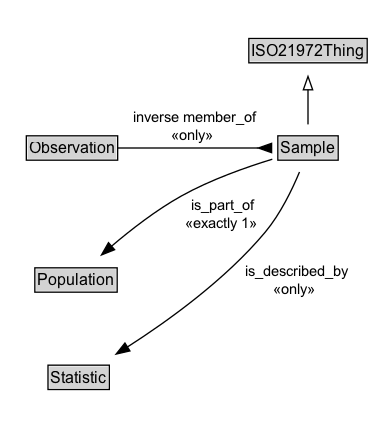
Above: docs/diagrams/Sample.dot.png in ISO-TC204/ontology-i72-v1 (Graphviz), before the change. Its source is kept beside it as docs/diagrams/Sample.dot.
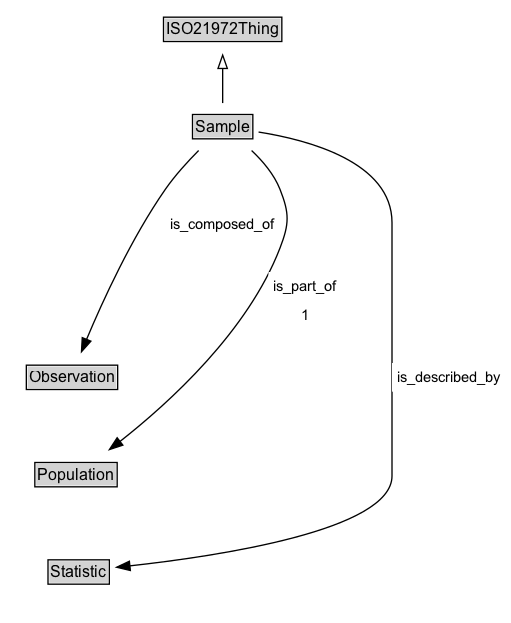
Later version of the same file.

What changed in the source:
```diff
@@ -3,26 +3,29 @@
 	node [fontname=Arial fontsize=12 margin=0 shape=none]
 	edge [fontname=Arial fontsize=11]
 	{
+		rank=source
+		ISO21972Thing [label=<<TABLE BORDER="1" CELLBORDER="0" CELLSPACING="0" CELLPADDING="1"><TR><TD BGCOLOR="lightgray" ALIGN="CENTER">ISO21972Thing</TD></TR></TABLE>> URL="../ISO21972Thing" margin=0]
+	}
+	Sample [label=<<TABLE BORDER="1" CELLBORDER="0" CELLSPACING="0" CELLPADDING="1"><TR><TD BGCOLOR="lightgray" ALIGN="CENTER">Sample</TD></TR></TABLE>> URL="../Sample" margin=0]
+	{
 		rank=max
-		Sample [label=<<TABLE BORDER="1" CELLBORDER="0" CELLSPACING="0" CELLPADDING="1"><TR><TD BGCOLOR="lightgray" ALIGN="CENTER" PORT="e">Sample</TD></TR></TABLE>> URL="../Sample.md" margin=0]
 	}
 	subgraph cluster_associated {
 		label="" style=invis
 		Invis [label=<<TABLE BORDER="0" CELLBORDER="0" CELLSPACING="0" CELLPADDING="1"><TR><TD></TD></TR></TABLE>> margin=0 style=invis]
-		Observation [label=<<TABLE BORDER="1" CELLBORDER="0" CELLSPACING="0" CELLPADDING="1"><TR><TD BGCOLOR="lightgray" ALIGN="CENTER">Observation</TD></TR></TABLE>> URL="../Observation.md" margin=0]
-		Population [label=<<TABLE BORDER="1" CELLBORDER="0" CELLSPACING="0" CELLPADDING="1"><TR><TD BGCOLOR="lightgray" ALIGN="CENTER">Population</TD></TR></TABLE>> URL="../Population.md" margin=0]
-		Statistic [label=<<TABLE BORDER="1" CELLBORDER="0" CELLSPACING="0" CELLPADDING="1"><TR><TD BGCOLOR="lightgray" ALIGN="CENTER">Statistic</TD></TR></TABLE>> URL="../Statistic.md" margin=0]
+		Observation [label=<<TABLE BORDER="1" CELLBORDER="0" CELLSPACING="0" CELLPADDING="1"><TR><TD BGCOLOR="lightgray" ALIGN="CENTER">Observation</TD></TR></TABLE>> URL="../Observation" margin=0]
+		Population [label=<<TABLE BORDER="1" CELLBORDER="0" CELLSPACING="0" CELLPADDING="1"><TR><TD BGCOLOR="lightgray" ALIGN="CENTER">Population</TD></TR></TABLE>> URL="../Population" margin=0]
+		Statistic [label=<<TABLE BORDER="1" CELLBORDER="0" CELLSPACING="0" CELLPADDING="1"><TR><TD BGCOLOR="lightgray" ALIGN="CENTER">Statistic</TD></TR></TABLE>> URL="../Statistic" margin=0]
 	}
-	ISO21972Thing [label=<<TABLE BORDER="1" CELLBORDER="0" CELLSPACING="0" CELLPADDING="1"><TR><TD BGCOLOR="lightgray" ALIGN="CENTER">ISO21972Thing</TD></TR></TABLE>> URL="../ISO21972Thing.md" margin=0]
 	Sample -> ISO21972Thing [arrowhead=onormal style=solid]
 	Sample -> Invis [style=invis]
 	Invis -> Observation [style=invis]
 	Observation -> Population [style=invis]
 	Population -> Statistic [style=invis]
-	Observation -> Sample [label=" inverse member_of
- «only»  " arrowhead=inv style=solid]
-	Sample -> Statistic [label=" is_described_by
- «only»  " arrowhead=normal style=solid]
-	Sample -> Population [label=" is_part_of
- «exactly 1»  " arrowhead=normal style=solid]
+	Statistic [label=<<TABLE BORDER="1" CELLBORDER="0" CELLSPACING="0" CELLPADDING="1"><TR><TD BGCOLOR="lightgray" ALIGN="CENTER">Statistic</TD></TR></TABLE>> URL="../Statistic" margin=0]
+	Sample -> Statistic [label=<<TABLE BORDER="0" CELLBORDER="0" CELLSPACING="0" CELLPADDING="4" BGCOLOR="white"><TR><TD ALIGN="CENTER">is_described_by</TD></TR></TABLE>> arrowhead=normal style=solid]
+	Observation [label=<<TABLE BORDER="1" CELLBORDER="0" CELLSPACING="0" CELLPADDING="1"><TR><TD BGCOLOR="lightgray" ALIGN="CENTER">Observation</TD></TR></TABLE>> URL="../Observation" margin=0]
+	Sample -> Observation [label=<<TABLE BORDER="0" CELLBORDER="0" CELLSPACING="0" CELLPADDING="4" BGCOLOR="white"><TR><TD ALIGN="CENTER">is_composed_of</TD></TR></TABLE>> arrowhead=normal style=solid]
+	Population [label=<<TABLE BORDER="1" CELLBORDER="0" CELLSPACING="0" CELLPADDING="1"><TR><TD BGCOLOR="lightgray" ALIGN="CENTER">Population</TD></TR></TABLE>> URL="../Population" margin=0]
+	Sample -> Population [label=<<TABLE BORDER="0" CELLBORDER="0" CELLSPACING="0" CELLPADDING="4" BGCOLOR="white"><TR><TD ALIGN="CENTER">is_part_of</TD></TR><TR><TD ALIGN="CENTER">1</TD></TR></TABLE>> arrowhead=normal style=solid]
 }
```
